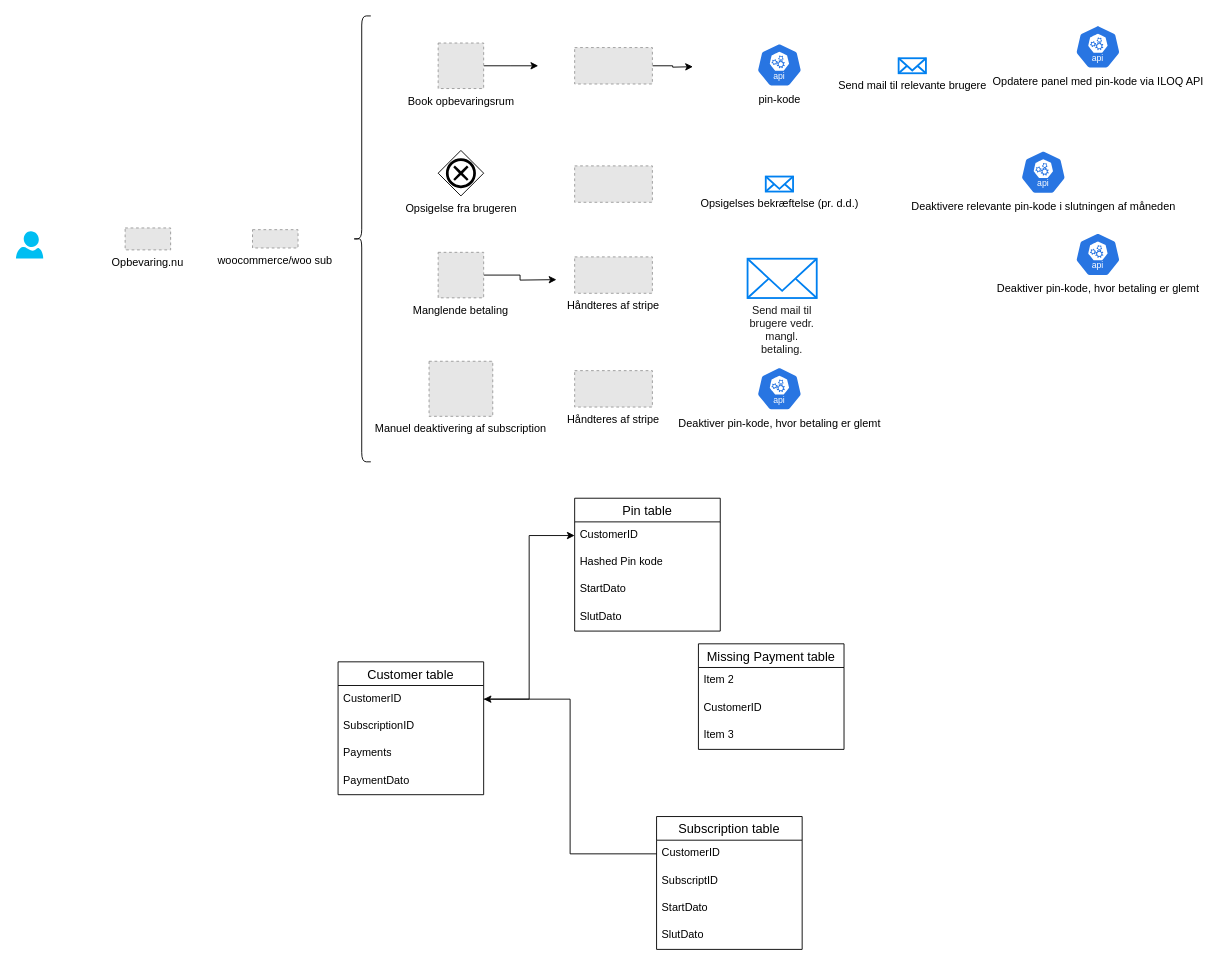
Before: Unavngivet diagram.drawio in Saifbabrak/test, a draw.io diagram. Source tidied: cells renumbered, new cells numbered last; positions are measured from the earlier drawing's top-left corner, leaving out a move shared by most shapes. Both pictures are drawn from the tidied source at 91%, with x=0, y=0 at pixel (15, 15). Pictures stored in the file or linked from it are replaced by grey dashed boxes.
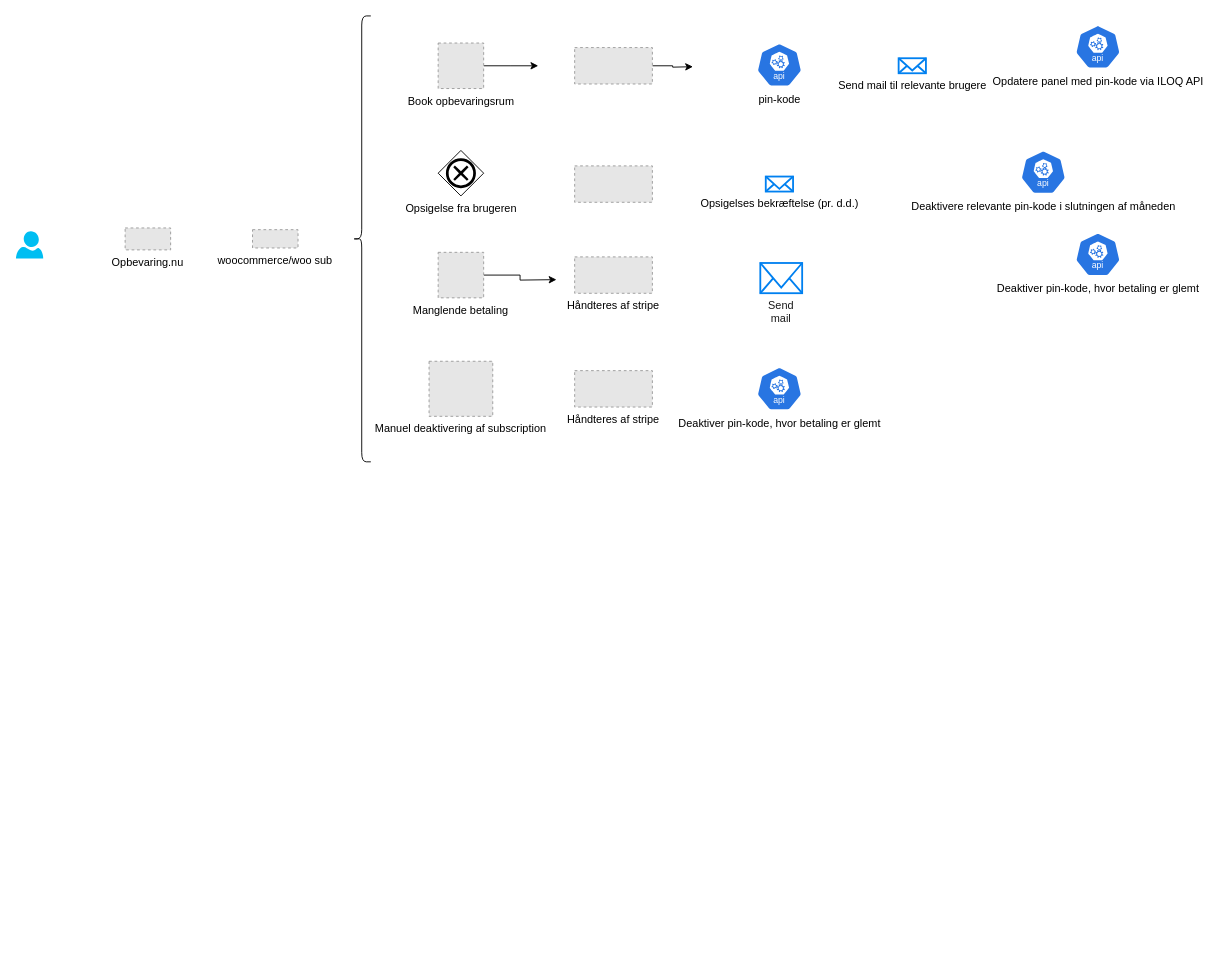
Above is the later version.

The edit, as a diff of the source:
```diff
@@
-    <mxCell id="18" value="Send mail til brugere vedr. mangl. betaling." style="html=1;verticalLabelPosition=bottom;align=center;labelBackgroundColor=#ffffff;verticalAlign=top;strokeWidth=2;strokeColor=#0080F0;shadow=0;dashed=0;shape=mxgraph.ios7.icons.mail;whiteSpace=wrap;textOpacity=90;flipH=0;flipV=0;" parent="1" vertex="1">
-      <mxGeometry x="804" y="266.8" width="76" height="43.2" as="geometry" />
+    <mxCell id="18" value="Send mail" style="html=1;verticalLabelPosition=bottom;align=center;labelBackgroundColor=#ffffff;verticalAlign=top;strokeWidth=2;strokeColor=#0080F0;shadow=0;dashed=0;shape=mxgraph.ios7.icons.mail;whiteSpace=wrap;textOpacity=90;flipH=0;flipV=0;" parent="1" vertex="1">
+      <mxGeometry x="818" y="271.5" width="46" height="33.2" as="geometry" />
     </mxCell>
@@
-    <mxCell id="23" value="Customer table" style="swimlane;fontStyle=0;horizontal=1;startSize=26;align=center;fontSize=14;" parent="1" vertex="1">
-      <mxGeometry x="354" y="709.8" width="160" height="146" as="geometry" />
-    </mxCell>
-    <mxCell id="24" value="CustomerID&lt;span style=&quot;white-space: pre;&quot;&gt;&#9;&lt;/span&gt;" style="text;strokeColor=none;fillColor=none;spacingLeft=4;spacingRight=4;overflow=hidden;points=[[0,0.5],[1,0.5]];portConstraint=eastwest;fontSize=12;whiteSpace=wrap;html=1;" parent="23" vertex="1">
-      <mxGeometry y="26" width="160" height="30" as="geometry" />
-    </mxCell>
-    <mxCell id="25" value="SubscriptionID" style="text;strokeColor=none;fillColor=none;spacingLeft=4;spacingRight=4;overflow=hidden;fontSize=12;whiteSpace=wrap;html=1;" parent="23" vertex="1">
-      <mxGeometry y="56" width="160" height="30" as="geometry" />
-    </mxCell>
-    <mxCell id="26" value="Payments" style="text;strokeColor=none;fillColor=none;spacingLeft=4;spacingRight=4;overflow=hidden;fontSize=12;whiteSpace=wrap;html=1;" parent="23" vertex="1">
-      <mxGeometry y="86" width="160" height="30" as="geometry" />
-    </mxCell>
-    <mxCell id="27" value="PaymentDato" style="text;strokeColor=none;fillColor=none;spacingLeft=4;spacingRight=4;overflow=hidden;fontSize=12;whiteSpace=wrap;html=1;" parent="23" vertex="1">
-      <mxGeometry y="116" width="160" height="30" as="geometry" />
-    </mxCell>
-    <mxCell id="28" value="Pin table" style="swimlane;fontStyle=0;horizontal=1;startSize=26;align=center;fontSize=14;" parent="1" vertex="1">
-      <mxGeometry x="614" y="530" width="160" height="146" as="geometry" />
-    </mxCell>
-    <mxCell id="29" value="CustomerID" style="text;strokeColor=none;fillColor=none;spacingLeft=4;spacingRight=4;overflow=hidden;points=[[0,0.5],[1,0.5]];portConstraint=eastwest;fontSize=12;whiteSpace=wrap;html=1;" parent="28" vertex="1">
-      <mxGeometry y="26" width="160" height="30" as="geometry" />
-    </mxCell>
-    <mxCell id="30" value="Hashed Pin kode" style="text;strokeColor=none;fillColor=none;spacingLeft=4;spacingRight=4;overflow=hidden;fontSize=12;whiteSpace=wrap;html=1;" parent="28" vertex="1">
-      <mxGeometry y="56" width="160" height="30" as="geometry" />
-    </mxCell>
-    <mxCell id="31" value="StartDato&lt;table&gt;&lt;tbody&gt;&lt;tr&gt;&lt;td&gt;&lt;br&gt;&lt;/td&gt;&lt;/tr&gt;&lt;tr&gt;&lt;td&gt;&lt;br&gt;&lt;/td&gt;&lt;/tr&gt;&lt;tr&gt;&lt;td&gt;&lt;br&gt;&lt;/td&gt;&lt;/tr&gt;&lt;/tbody&gt;&lt;/table&gt;" style="text;strokeColor=none;fillColor=none;spacingLeft=4;spacingRight=4;overflow=hidden;fontSize=12;whiteSpace=wrap;html=1;" parent="28" vertex="1">
-      <mxGeometry y="86" width="160" height="30" as="geometry" />
-    </mxCell>
-    <mxCell id="32" value="SlutDato" style="text;strokeColor=none;fillColor=none;spacingLeft=4;spacingRight=4;overflow=hidden;fontSize=12;whiteSpace=wrap;html=1;" parent="28" vertex="1">
-      <mxGeometry y="116" width="160" height="30" as="geometry" />
-    </mxCell>
-    <mxCell id="33" value="Subscription table" style="swimlane;fontStyle=0;horizontal=1;startSize=26;align=center;fontSize=14;" parent="1" vertex="1">
-      <mxGeometry x="704" y="879.8" width="160" height="146" as="geometry" />
-    </mxCell>
-    <mxCell id="34" value="CustomerID" style="text;strokeColor=none;fillColor=none;spacingLeft=4;spacingRight=4;overflow=hidden;points=[[0,0.5],[1,0.5]];portConstraint=eastwest;fontSize=12;whiteSpace=wrap;html=1;" parent="33" vertex="1">
-      <mxGeometry y="26" width="160" height="30" as="geometry" />
-    </mxCell>
-    <mxCell id="35" value="SubscriptID" style="text;strokeColor=none;fillColor=none;spacingLeft=4;spacingRight=4;overflow=hidden;fontSize=12;whiteSpace=wrap;html=1;" parent="33" vertex="1">
-      <mxGeometry y="56" width="160" height="30" as="geometry" />
-    </mxCell>
-    <mxCell id="36" value="StartDato" style="text;strokeColor=none;fillColor=none;spacingLeft=4;spacingRight=4;overflow=hidden;fontSize=12;whiteSpace=wrap;html=1;" parent="33" vertex="1">
-      <mxGeometry y="86" width="160" height="30" as="geometry" />
-    </mxCell>
-    <mxCell id="37" value="SlutDato" style="text;strokeColor=none;fillColor=none;spacingLeft=4;spacingRight=4;overflow=hidden;fontSize=12;whiteSpace=wrap;html=1;" parent="33" vertex="1">
-      <mxGeometry y="116" width="160" height="30" as="geometry" />
-    </mxCell>
-    <mxCell id="38" style="edgeStyle=orthogonalEdgeStyle;rounded=0;jettySize=auto;html=1;entryX=0;entryY=0.5;entryDx=0;entryDy=0;" parent="1" edge="1" source="24" target="29">
-      <mxGeometry relative="1" as="geometry" />
-    </mxCell>
-    <mxCell id="39" style="edgeStyle=orthogonalEdgeStyle;rounded=0;jettySize=auto;html=1;entryX=1;entryY=0.5;entryDx=0;entryDy=0;" parent="1" edge="1" source="34" target="24">
-      <mxGeometry relative="1" as="geometry" />
-    </mxCell>
-    <mxCell id="40" value="Missing Payment table" style="swimlane;fontStyle=0;horizontal=1;startSize=26;align=center;fontSize=14;" parent="1" vertex="1">
-      <mxGeometry x="750" y="690" width="160" height="116" as="geometry" />
-    </mxCell>
-    <mxCell id="41" value="Item 2" style="text;strokeColor=none;fillColor=none;spacingLeft=4;spacingRight=4;overflow=hidden;fontSize=12;whiteSpace=wrap;html=1;" parent="40" vertex="1">
-      <mxGeometry y="26" width="160" height="30" as="geometry" />
-    </mxCell>
-    <mxCell id="42" value="CustomerID" style="text;strokeColor=none;fillColor=none;spacingLeft=4;spacingRight=4;overflow=hidden;fontSize=12;whiteSpace=wrap;html=1;" parent="40" vertex="1">
-      <mxGeometry y="56" width="160" height="30" as="geometry" />
-    </mxCell>
-    <mxCell id="43" value="Item 3" style="text;strokeColor=none;fillColor=none;spacingLeft=4;spacingRight=4;overflow=hidden;fontSize=12;whiteSpace=wrap;html=1;" parent="40" vertex="1">
-      <mxGeometry y="86" width="160" height="30" as="geometry" />
-    </mxCell>
```
